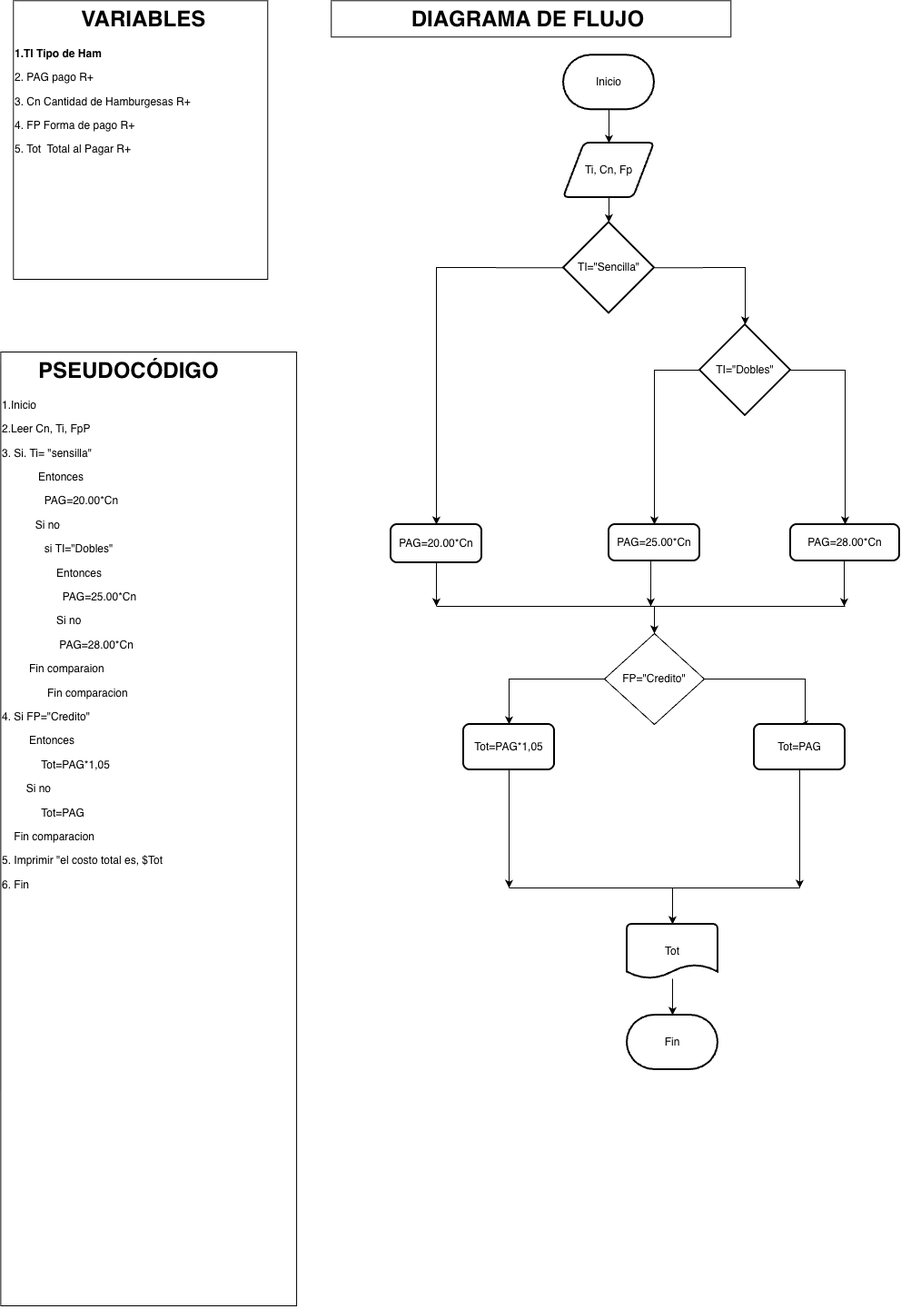
Above: Estructuras Selectivas/Ticket individualcalificado_01_JoseIgnaciodrawio.png in josecontrerasu-bit/jicu (draw.io), before the change. Source tidied: cells renumbered, new cells last; positions are measured from the earlier drawing's top-left corner, leaving out a move shared by most shapes.
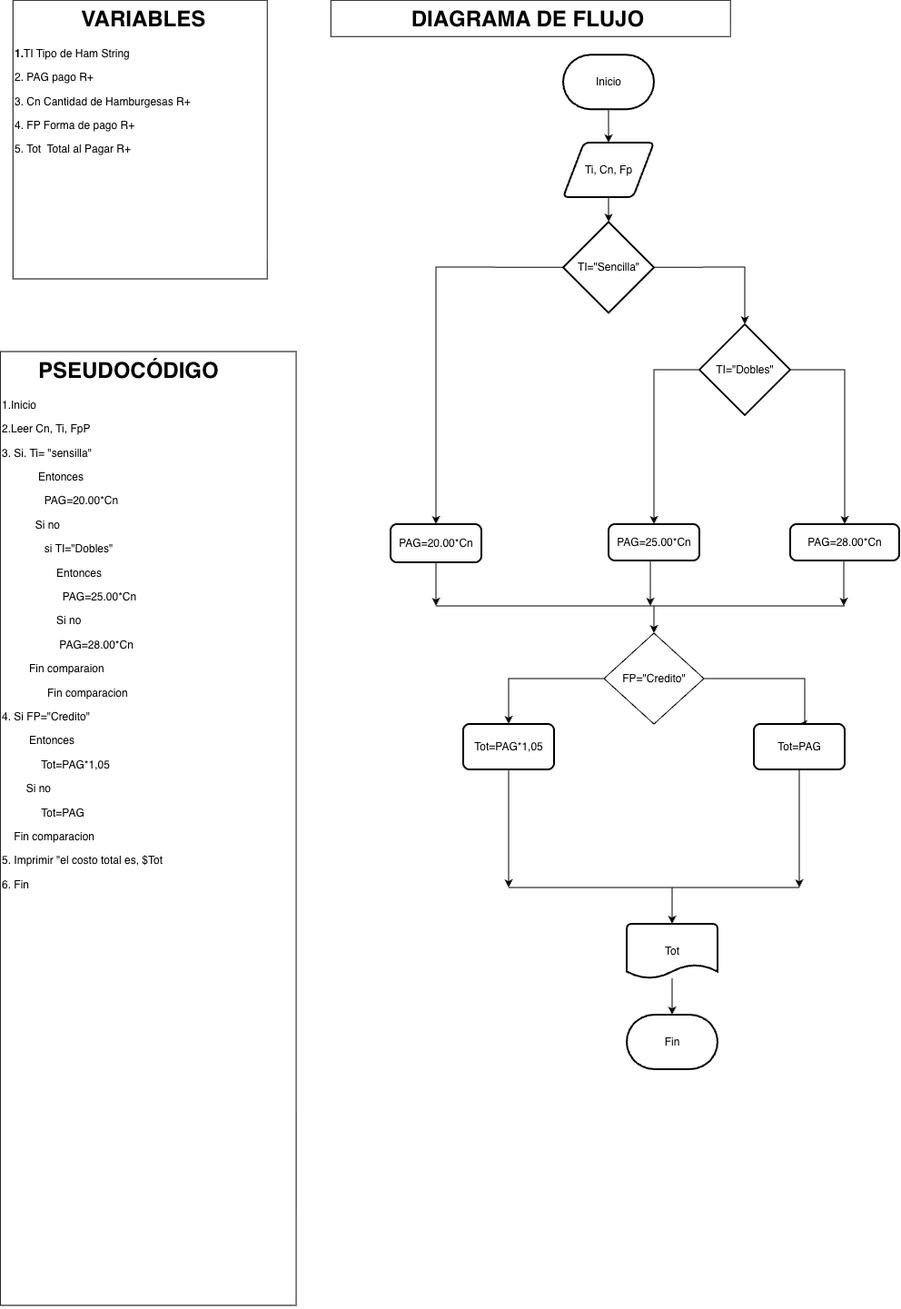
Later version of the same file.

The edit, as a diff of the source:
```diff
@@ -5,7 +5,7 @@
     <mxCell id="2" value="&lt;h1 style=&quot;text-align: center; margin-top: 0px;&quot;&gt;&amp;nbsp; &amp;nbsp; &amp;nbsp; PSEUDOCÓDIGO&lt;/h1&gt;&lt;p&gt;1.Inicio&lt;/p&gt;&lt;p&gt;&lt;span style=&quot;background-color: transparent; color: light-dark(rgb(0, 0, 0), rgb(255, 255, 255));&quot;&gt;2.Leer Cn, Ti, FpP&lt;/span&gt;&lt;/p&gt;&lt;p&gt;&lt;span style=&quot;background-color: transparent; color: light-dark(rgb(0, 0, 0), rgb(255, 255, 255));&quot;&gt;3. Si. Ti= &quot;sensilla&quot;&amp;nbsp;&lt;/span&gt;&lt;/p&gt;&lt;p&gt;&amp;nbsp; &amp;nbsp; &amp;nbsp; &amp;nbsp; &amp;nbsp; &amp;nbsp; E&lt;span style=&quot;background-color: transparent; color: light-dark(rgb(0, 0, 0), rgb(255, 255, 255));&quot;&gt;ntonces&lt;/span&gt;&lt;/p&gt;&lt;p&gt;&amp;nbsp; &amp;nbsp; &amp;nbsp; &amp;nbsp; &amp;nbsp; &amp;nbsp; &amp;nbsp;&amp;nbsp;&lt;span style=&quot;text-align: center; background-color: transparent; color: light-dark(rgb(0, 0, 0), rgb(255, 255, 255));&quot;&gt;PAG=20.00*Cn&lt;/span&gt;&lt;/p&gt;&lt;p&gt;&amp;nbsp; &amp;nbsp; &amp;nbsp; &amp;nbsp; &amp;nbsp; &amp;nbsp;Si no&lt;/p&gt;&lt;p&gt;&amp;nbsp; &amp;nbsp; &amp;nbsp; &amp;nbsp; &amp;nbsp; &amp;nbsp; &amp;nbsp; si&amp;nbsp;&lt;span style=&quot;text-align: center; background-color: transparent; color: light-dark(rgb(0, 0, 0), rgb(255, 255, 255));&quot;&gt;TI=&quot;Dobles&quot;&lt;/span&gt;&lt;/p&gt;&lt;p&gt;&lt;span style=&quot;background-color: transparent; color: light-dark(rgb(0, 0, 0), rgb(255, 255, 255));&quot;&gt;&amp;nbsp; &amp;nbsp; &amp;nbsp; &amp;nbsp; &amp;nbsp; &amp;nbsp; &amp;nbsp; &amp;nbsp; &amp;nbsp; Entonces&lt;/span&gt;&lt;/p&gt;&lt;p&gt;&lt;span style=&quot;background-color: transparent; color: light-dark(rgb(0, 0, 0), rgb(255, 255, 255));&quot;&gt;&amp;nbsp; &amp;nbsp; &amp;nbsp; &amp;nbsp; &amp;nbsp; &amp;nbsp; &amp;nbsp; &amp;nbsp; &amp;nbsp; &amp;nbsp;&amp;nbsp;&lt;/span&gt;&lt;span style=&quot;text-align: center; background-color: transparent; color: light-dark(rgb(0, 0, 0), rgb(255, 255, 255));&quot;&gt;PAG=25.00*Cn&lt;/span&gt;&lt;/p&gt;&lt;p&gt;&lt;span style=&quot;text-align: center; background-color: transparent; color: light-dark(rgb(0, 0, 0), rgb(255, 255, 255));&quot;&gt;&amp;nbsp; &amp;nbsp; &amp;nbsp; &amp;nbsp; &amp;nbsp; &amp;nbsp; &amp;nbsp; &amp;nbsp; &amp;nbsp; Si no&lt;/span&gt;&lt;/p&gt;&lt;p&gt;&lt;span style=&quot;text-align: center; background-color: transparent; color: light-dark(rgb(0, 0, 0), rgb(255, 255, 255));&quot;&gt;&amp;nbsp; &amp;nbsp; &amp;nbsp; &amp;nbsp; &amp;nbsp; &amp;nbsp; &amp;nbsp; &amp;nbsp; &amp;nbsp; &amp;nbsp;&lt;/span&gt;&lt;span style=&quot;text-align: center; background-color: transparent; color: light-dark(rgb(0, 0, 0), rgb(255, 255, 255));&quot;&gt;PAG=28.00*Cn&lt;/span&gt;&lt;/p&gt;&lt;p&gt;&lt;span style=&quot;text-align: center; background-color: transparent; color: light-dark(rgb(0, 0, 0), rgb(255, 255, 255));&quot;&gt;&amp;nbsp; &amp;nbsp; &amp;nbsp; &amp;nbsp; &amp;nbsp;Fin comparaion&lt;/span&gt;&lt;/p&gt;&lt;p&gt;&lt;span style=&quot;text-align: center; background-color: transparent; color: light-dark(rgb(0, 0, 0), rgb(255, 255, 255));&quot;&gt;&amp;nbsp; &amp;nbsp; &amp;nbsp; &amp;nbsp; &amp;nbsp; &amp;nbsp; &amp;nbsp; &amp;nbsp;Fin comparacion&lt;/span&gt;&lt;/p&gt;&lt;p&gt;&lt;span style=&quot;text-align: center; background-color: transparent; color: light-dark(rgb(0, 0, 0), rgb(255, 255, 255));&quot;&gt;4. Si&amp;nbsp;&lt;/span&gt;&lt;span style=&quot;text-align: center; background-color: transparent; color: light-dark(rgb(0, 0, 0), rgb(255, 255, 255));&quot;&gt;FP=&quot;Credito&quot;&lt;/span&gt;&lt;/p&gt;&lt;p&gt;&lt;span style=&quot;text-align: center; background-color: transparent; color: light-dark(rgb(0, 0, 0), rgb(255, 255, 255));&quot;&gt;&amp;nbsp; &amp;nbsp; &amp;nbsp; &amp;nbsp; &amp;nbsp;Entonces&amp;nbsp;&lt;/span&gt;&lt;/p&gt;&lt;p&gt;&lt;span style=&quot;text-align: center; background-color: transparent; color: light-dark(rgb(0, 0, 0), rgb(255, 255, 255));&quot;&gt;&amp;nbsp; &amp;nbsp; &amp;nbsp; &amp;nbsp; &amp;nbsp; &amp;nbsp; &amp;nbsp;&lt;/span&gt;&lt;span style=&quot;text-align: center; background-color: transparent; color: light-dark(rgb(0, 0, 0), rgb(255, 255, 255));&quot;&gt;Tot=PAG*1,05&lt;/span&gt;&lt;/p&gt;&lt;p&gt;&lt;span style=&quot;background-color: transparent; color: light-dark(rgb(0, 0, 0), rgb(255, 255, 255)); text-align: center;&quot;&gt;&amp;nbsp; &amp;nbsp; &amp;nbsp; &amp;nbsp; Si no&lt;/span&gt;&lt;/p&gt;&lt;p&gt;&lt;span style=&quot;background-color: transparent; color: light-dark(rgb(0, 0, 0), rgb(255, 255, 255)); text-align: center;&quot;&gt;&amp;nbsp; &amp;nbsp; &amp;nbsp; &amp;nbsp; &amp;nbsp; &amp;nbsp; &amp;nbsp;&lt;/span&gt;&lt;span style=&quot;text-align: center; background-color: transparent; color: light-dark(rgb(0, 0, 0), rgb(255, 255, 255));&quot;&gt;Tot=PAG&lt;/span&gt;&lt;/p&gt;&lt;p&gt;&lt;span style=&quot;text-align: center; background-color: transparent; color: light-dark(rgb(0, 0, 0), rgb(255, 255, 255));&quot;&gt;&amp;nbsp; &amp;nbsp; Fin comparacion&lt;/span&gt;&lt;/p&gt;&lt;p&gt;&lt;span style=&quot;text-align: center; background-color: transparent; color: light-dark(rgb(0, 0, 0), rgb(255, 255, 255));&quot;&gt;5. Imprimir &quot;el costo total es, $Tot&lt;/span&gt;&lt;/p&gt;&lt;p&gt;&lt;span style=&quot;text-align: center; background-color: transparent; color: light-dark(rgb(0, 0, 0), rgb(255, 255, 255));&quot;&gt;6. Fin&lt;/span&gt;&lt;/p&gt;&lt;p&gt;&lt;span style=&quot;background-color: transparent; color: light-dark(rgb(0, 0, 0), rgb(255, 255, 255));&quot;&gt;&lt;br&gt;&lt;/span&gt;&lt;/p&gt;&lt;p&gt;&lt;span style=&quot;background-color: transparent; color: light-dark(rgb(0, 0, 0), rgb(255, 255, 255));&quot;&gt;&lt;br&gt;&lt;/span&gt;&lt;/p&gt;&lt;p&gt;&lt;br&gt;&lt;/p&gt;" style="text;html=1;whiteSpace=wrap;overflow=hidden;rounded=0;perimeterSpacing=1;strokeColor=default;" parent="1" vertex="1">
       <mxGeometry x="0.3" y="387" width="325.7" height="1050" as="geometry" />
     </mxCell>
-    <mxCell id="3" value="&lt;h1 style=&quot;text-align: center; margin-top: 0px;&quot;&gt;&amp;nbsp; &amp;nbsp; &amp;nbsp; &amp;nbsp; &amp;nbsp; &amp;nbsp;VARIABLES&lt;/h1&gt;&lt;p&gt;&lt;b&gt;1.TI Tipo de Ham&lt;/b&gt;&lt;/p&gt;&lt;p&gt;2. PAG pago R+&lt;/p&gt;&lt;p&gt;3. Cn Cantidad de Hamburgesas R+&lt;/p&gt;&lt;p&gt;4. FP Forma de pago R+&lt;/p&gt;&lt;p&gt;5. Tot&amp;nbsp; Total al Pagar R+&lt;/p&gt;&lt;p&gt;&lt;br&gt;&lt;/p&gt;" style="text;html=1;whiteSpace=wrap;overflow=hidden;rounded=0;perimeterSpacing=1;strokeColor=default;" parent="1" vertex="1">
+    <mxCell id="3" value="&lt;h1 style=&quot;text-align: center; margin-top: 0px;&quot;&gt;&amp;nbsp; &amp;nbsp; &amp;nbsp; &amp;nbsp; &amp;nbsp; &amp;nbsp;VARIABLES&lt;/h1&gt;&lt;p&gt;&lt;b&gt;1.&lt;/b&gt;TI Tipo de Ham S&lt;span style=&quot;background-color: transparent;&quot;&gt;tring&lt;/span&gt;&lt;/p&gt;&lt;p&gt;2. PAG pago R+&lt;/p&gt;&lt;p&gt;3. Cn Cantidad de Hamburgesas R+&lt;/p&gt;&lt;p&gt;4. FP Forma de pago R+&lt;/p&gt;&lt;p&gt;5. Tot&amp;nbsp; Total al Pagar R+&lt;/p&gt;&lt;p&gt;&lt;br&gt;&lt;/p&gt;" style="text;html=1;whiteSpace=wrap;overflow=hidden;rounded=0;perimeterSpacing=1;strokeColor=default;" parent="1" vertex="1">
       <mxGeometry x="14.3" y="0.3" width="280" height="306.7" as="geometry" />
     </mxCell>
     <mxCell id="4" value="&lt;h1 style=&quot;text-align: center; margin-top: 0px;&quot;&gt;&amp;nbsp; &amp;nbsp; &amp;nbsp; &amp;nbsp; &amp;nbsp; &amp;nbsp; &amp;nbsp;DIAGRAMA DE FLUJO&lt;/h1&gt;&lt;p&gt;&lt;br&gt;&lt;/p&gt;" style="text;html=1;whiteSpace=wrap;overflow=hidden;rounded=0;perimeterSpacing=1;strokeColor=default;" parent="1" vertex="1">
```
